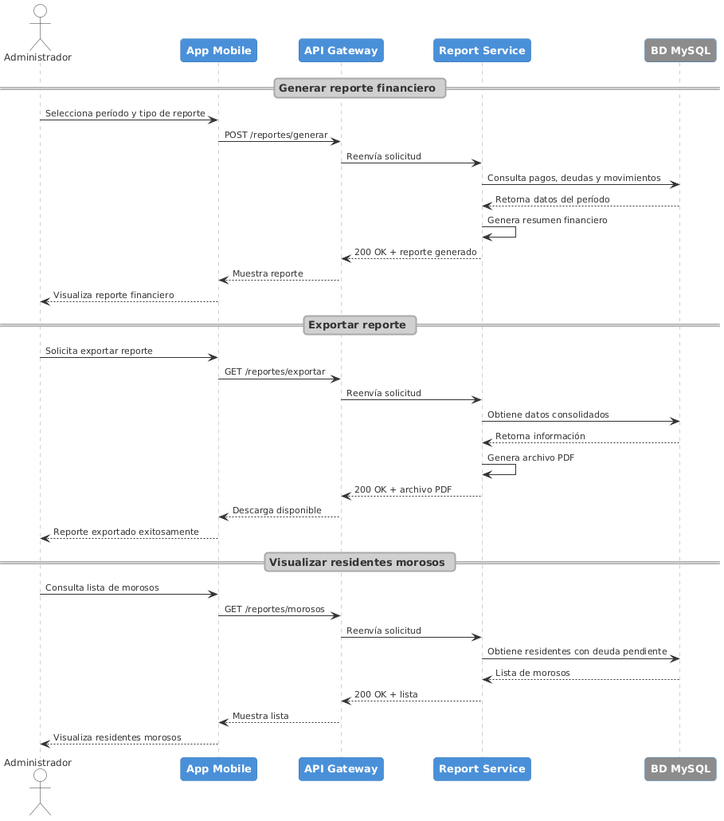
Earlier version of the PlantUML export assets/img/secuencia_reportes.png (Condomia/Edifika-report).
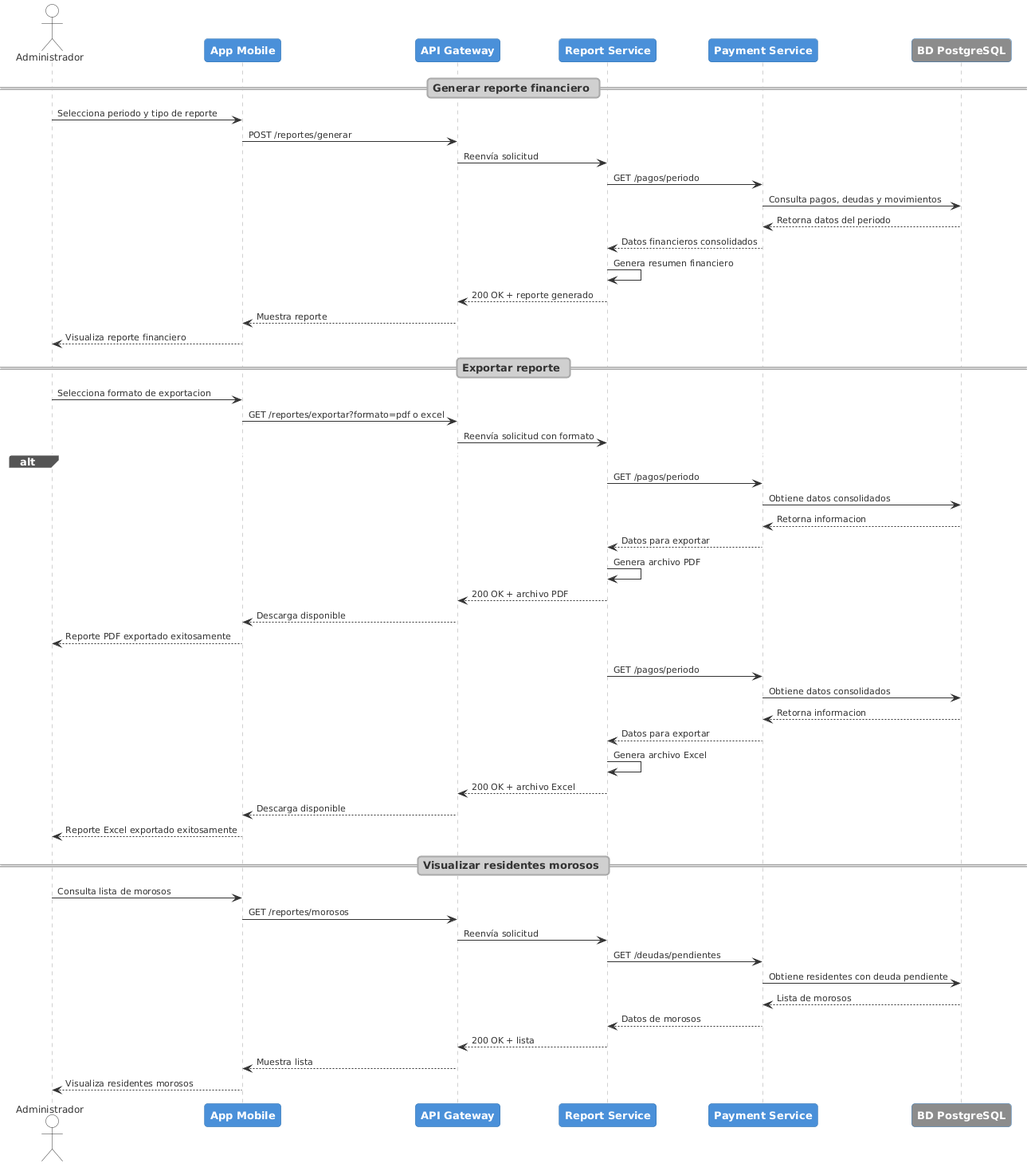
After the change.

The edit, as a diff of the source:
```diff
@@ -32,36 +32,56 @@
 participant "App Mobile" as App
 participant "API Gateway" as Gateway
 participant "Report Service" as Report
-participant "BD MySQL" as BD #8C8C8C
+participant "Payment Service" as Payment
+participant "BD PostgreSQL" as BD #8C8C8C
 
 == Generar reporte financiero ==
-Administrador -> App : Selecciona período y tipo de reporte
+Administrador -> App : Selecciona periodo y tipo de reporte
 App -> Gateway : POST /reportes/generar
 Gateway -> Report : Reenvía solicitud
-Report -> BD : Consulta pagos, deudas y movimientos
-BD --> Report : Retorna datos del período
+Report -> Payment : GET /pagos/periodo
+Payment -> BD : Consulta pagos, deudas y movimientos
+BD --> Payment : Retorna datos del periodo
+Payment --> Report : Datos financieros consolidados
 Report -> Report : Genera resumen financiero
 Report --> Gateway : 200 OK + reporte generado
 Gateway --> App : Muestra reporte
 App --> Administrador : Visualiza reporte financiero
 
 == Exportar reporte ==
-Administrador -> App : Solicita exportar reporte
-App -> Gateway : GET /reportes/exportar
-Gateway -> Report : Reenvía solicitud
-Report -> BD : Obtiene datos consolidados
-BD --> Report : Retorna información
-Report -> Report : Genera archivo PDF
-Report --> Gateway : 200 OK + archivo PDF
-Gateway --> App : Descarga disponible
-App --> Administrador : Reporte exportado exitosamente
+Administrador -> App : Selecciona formato de exportacion
+App -> Gateway : GET /reportes/exportar?formato=pdf o excel
+Gateway -> Report : Reenvía solicitud con formato
+
+alt Formato PDF
+    Report -> Payment : GET /pagos/periodo
+    Payment -> BD : Obtiene datos consolidados
+    BD --> Payment : Retorna informacion
+    Payment --> Report : Datos para exportar
+    Report -> Report : Genera archivo PDF
+    Report --> Gateway : 200 OK + archivo PDF
+    Gateway --> App : Descarga disponible
+    App --> Administrador : Reporte PDF exportado exitosamente
+
+else Formato Excel
+    Report -> Payment : GET /pagos/periodo
+    Payment -> BD : Obtiene datos consolidados
+    BD --> Payment : Retorna informacion
+    Payment --> Report : Datos para exportar
+    Report -> Report : Genera archivo Excel
+    Report --> Gateway : 200 OK + archivo Excel
+    Gateway --> App : Descarga disponible
+    App --> Administrador : Reporte Excel exportado exitosamente
+end
 
 == Visualizar residentes morosos ==
 Administrador -> App : Consulta lista de morosos
 App -> Gateway : GET /reportes/morosos
 Gateway -> Report : Reenvía solicitud
-Report -> BD : Obtiene residentes con deuda pendiente
-BD --> Report : Lista de morosos
+Report -> Payment : GET /deudas/pendientes
+Payment -> BD : Obtiene residentes con deuda pendiente
+BD --> Payment : Lista de morosos
+Payment --> Report : Datos de morosos
 Report --> Gateway : 200 OK + lista
 Gateway --> App : Muestra lista
 App --> Administrador : Visualiza residentes morosos
```
